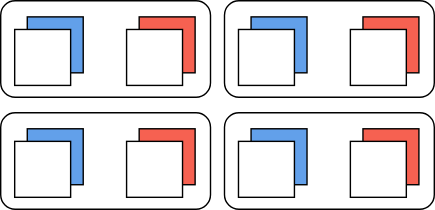
kartva/keymashed keeps this draw.io diagram as media/YUV422.drawio.svg. Above is the earlier version. Source tidied: cells renumbered, new cells last; positions are measured from the earlier drawing's top-left corner, leaving out a move shared by most shapes.
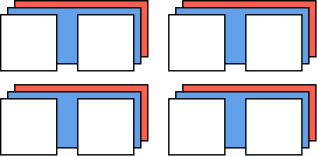
After the commit.

Diff of the diagram source:
```diff
@@ -2,68 +2,53 @@
   <root>
     <mxCell id="0" />
     <mxCell id="1" parent="0" />
-    <mxCell id="2" style="rounded=1;whiteSpace=wrap;html=1;glass=0;fillColor=none;" parent="1" vertex="1">
-      <mxGeometry width="150" height="69" as="geometry" />
+    <mxCell id="2" style="rounded=0;whiteSpace=wrap;html=1;fillColor=#f66151;strokeColor=default;fontColor=#ffffff;" parent="1" vertex="1">
+      <mxGeometry x="25" y="10" width="95" height="40" as="geometry" />
     </mxCell>
     <mxCell id="3" style="rounded=0;whiteSpace=wrap;html=1;fillColor=#62a0ea;strokeColor=#000000;fontColor=#ffffff;" parent="1" vertex="1">
-      <mxGeometry x="19" y="11.5" width="40" height="40" as="geometry" />
+      <mxGeometry x="20" y="15" width="95" height="40" as="geometry" />
     </mxCell>
     <mxCell id="4" style="rounded=0;whiteSpace=wrap;html=1;fillColor=#ffffff;fontColor=#333333;strokeColor=#000000;" parent="1" vertex="1">
-      <mxGeometry x="10" y="20.5" width="40" height="40" as="geometry" />
+      <mxGeometry x="15" y="20" width="40" height="40" as="geometry" />
     </mxCell>
-    <mxCell id="5" style="rounded=0;whiteSpace=wrap;html=1;fillColor=#f66151;strokeColor=default;fontColor=#ffffff;" parent="1" vertex="1">
-      <mxGeometry x="99" y="11.5" width="40" height="40" as="geometry" />
+    <mxCell id="5" style="rounded=0;whiteSpace=wrap;html=1;fillColor=#ffffff;fontColor=#333333;strokeColor=#000000;" parent="1" vertex="1">
+      <mxGeometry x="70" y="20" width="40" height="40" as="geometry" />
     </mxCell>
-    <mxCell id="6" style="rounded=0;whiteSpace=wrap;html=1;fillColor=#ffffff;fontColor=#333333;strokeColor=#000000;" parent="1" vertex="1">
-      <mxGeometry x="90" y="20.5" width="40" height="40" as="geometry" />
+    <mxCell id="6" style="rounded=0;whiteSpace=wrap;html=1;fillColor=#f66151;strokeColor=default;fontColor=#ffffff;" parent="1" vertex="1">
+      <mxGeometry x="145" y="10" width="95" height="40" as="geometry" />
     </mxCell>
-    <mxCell id="7" style="rounded=1;whiteSpace=wrap;html=1;glass=0;fillColor=none;" parent="1" vertex="1">
-      <mxGeometry x="160" width="150" height="69" as="geometry" />
+    <mxCell id="7" style="rounded=0;whiteSpace=wrap;html=1;fillColor=#62a0ea;strokeColor=#000000;fontColor=#ffffff;" parent="1" vertex="1">
+      <mxGeometry x="140" y="15" width="95" height="40" as="geometry" />
     </mxCell>
-    <mxCell id="8" style="rounded=0;whiteSpace=wrap;html=1;fillColor=#62a0ea;strokeColor=#000000;fontColor=#ffffff;" parent="1" vertex="1">
-      <mxGeometry x="179" y="11.5" width="40" height="40" as="geometry" />
+    <mxCell id="8" style="rounded=0;whiteSpace=wrap;html=1;fillColor=#ffffff;fontColor=#333333;strokeColor=#000000;" parent="1" vertex="1">
+      <mxGeometry x="135" y="20" width="40" height="40" as="geometry" />
     </mxCell>
     <mxCell id="9" style="rounded=0;whiteSpace=wrap;html=1;fillColor=#ffffff;fontColor=#333333;strokeColor=#000000;" parent="1" vertex="1">
-      <mxGeometry x="170" y="20.5" width="40" height="40" as="geometry" />
+      <mxGeometry x="190" y="20" width="40" height="40" as="geometry" />
     </mxCell>
     <mxCell id="10" style="rounded=0;whiteSpace=wrap;html=1;fillColor=#f66151;strokeColor=default;fontColor=#ffffff;" parent="1" vertex="1">
-      <mxGeometry x="259" y="11.5" width="40" height="40" as="geometry" />
+      <mxGeometry x="25" y="70" width="95" height="40" as="geometry" />
     </mxCell>
-    <mxCell id="11" style="rounded=0;whiteSpace=wrap;html=1;fillColor=#ffffff;fontColor=#333333;strokeColor=#000000;" parent="1" vertex="1">
-      <mxGeometry x="250" y="20.5" width="40" height="40" as="geometry" />
+    <mxCell id="11" style="rounded=0;whiteSpace=wrap;html=1;fillColor=#62a0ea;strokeColor=#000000;fontColor=#ffffff;" parent="1" vertex="1">
+      <mxGeometry x="20" y="75" width="95" height="40" as="geometry" />
     </mxCell>
-    <mxCell id="12" style="rounded=1;whiteSpace=wrap;html=1;glass=0;fillColor=none;" parent="1" vertex="1">
-      <mxGeometry y="80" width="150" height="69" as="geometry" />
+    <mxCell id="12" style="rounded=0;whiteSpace=wrap;html=1;fillColor=#ffffff;fontColor=#333333;strokeColor=#000000;" parent="1" vertex="1">
+      <mxGeometry x="15" y="80" width="40" height="40" as="geometry" />
     </mxCell>
-    <mxCell id="13" style="rounded=0;whiteSpace=wrap;html=1;fillColor=#62a0ea;strokeColor=#000000;fontColor=#ffffff;" parent="1" vertex="1">
-      <mxGeometry x="19" y="91.5" width="40" height="40" as="geometry" />
+    <mxCell id="13" style="rounded=0;whiteSpace=wrap;html=1;fillColor=#ffffff;fontColor=#333333;strokeColor=#000000;" parent="1" vertex="1">
+      <mxGeometry x="70" y="80" width="40" height="40" as="geometry" />
     </mxCell>
-    <mxCell id="14" style="rounded=0;whiteSpace=wrap;html=1;fillColor=#ffffff;fontColor=#333333;strokeColor=#000000;" parent="1" vertex="1">
-      <mxGeometry x="10" y="100.5" width="40" height="40" as="geometry" />
+    <mxCell id="14" style="rounded=0;whiteSpace=wrap;html=1;fillColor=#f66151;strokeColor=default;fontColor=#ffffff;" parent="1" vertex="1">
+      <mxGeometry x="145" y="70" width="95" height="40" as="geometry" />
     </mxCell>
-    <mxCell id="15" style="rounded=0;whiteSpace=wrap;html=1;fillColor=#f66151;strokeColor=default;fontColor=#ffffff;" parent="1" vertex="1">
-      <mxGeometry x="99" y="91.5" width="40" height="40" as="geometry" />
+    <mxCell id="15" style="rounded=0;whiteSpace=wrap;html=1;fillColor=#62a0ea;strokeColor=#000000;fontColor=#ffffff;" parent="1" vertex="1">
+      <mxGeometry x="140" y="75" width="95" height="40" as="geometry" />
     </mxCell>
     <mxCell id="16" style="rounded=0;whiteSpace=wrap;html=1;fillColor=#ffffff;fontColor=#333333;strokeColor=#000000;" parent="1" vertex="1">
-      <mxGeometry x="90" y="100.5" width="40" height="40" as="geometry" />
+      <mxGeometry x="135" y="80" width="40" height="40" as="geometry" />
     </mxCell>
-    <mxCell id="17" style="rounded=1;whiteSpace=wrap;html=1;glass=0;fillColor=none;" parent="1" vertex="1">
-      <mxGeometry x="160" y="80" width="150" height="69" as="geometry" />
+    <mxCell id="17" style="rounded=0;whiteSpace=wrap;html=1;fillColor=#ffffff;fontColor=#333333;strokeColor=#000000;" parent="1" vertex="1">
+      <mxGeometry x="190" y="80" width="40" height="40" as="geometry" />
     </mxCell>
-    <mxCell id="18" style="rounded=0;whiteSpace=wrap;html=1;fillColor=#62a0ea;strokeColor=#000000;fontColor=#ffffff;" parent="1" vertex="1">
-      <mxGeometry x="179" y="91.5" width="40" height="40" as="geometry" />
-    </mxCell>
-    <mxCell id="19" style="rounded=0;whiteSpace=wrap;html=1;fillColor=#ffffff;fontColor=#333333;strokeColor=#000000;" parent="1" vertex="1">
-      <mxGeometry x="170" y="100.5" width="40" height="40" as="geometry" />
-    </mxCell>
-    <mxCell id="20" style="rounded=0;whiteSpace=wrap;html=1;fillColor=#f66151;strokeColor=default;fontColor=#ffffff;" parent="1" vertex="1">
-      <mxGeometry x="259" y="91.5" width="40" height="40" as="geometry" />
-    </mxCell>
-    <mxCell id="21" style="rounded=0;whiteSpace=wrap;html=1;fillColor=#ffffff;fontColor=#333333;strokeColor=#000000;" parent="1" vertex="1">
-      <mxGeometry x="250" y="100.5" width="40" height="40" as="geometry" />
-    </mxCell>
-    <mxCell id="22" value="&amp;nbsp;" style="text;whiteSpace=wrap;html=1;" parent="1" vertex="1">
-      <mxGeometry x="140" width="40" height="40" as="geometry" />
-    </mxCell>
   </root>
 </mxGraphModel>
```
